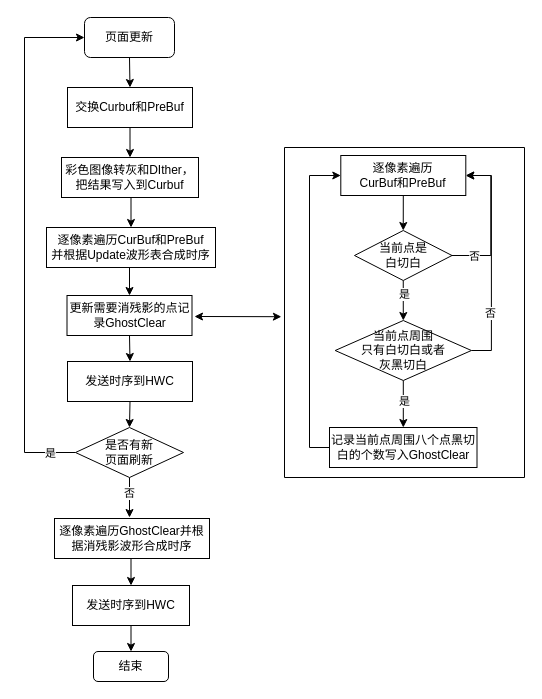
This is 未命名绘图1204.drawio from xubinlu/android-journey, a draw.io file, before an edit. Source tidied: cells renumbered, new cells numbered last; positions are measured from the earlier drawing's top-left corner, leaving out a move shared by most shapes. Both pictures are drawn from the tidied source at 100%, with x=0, y=0 at pixel (24, 17).
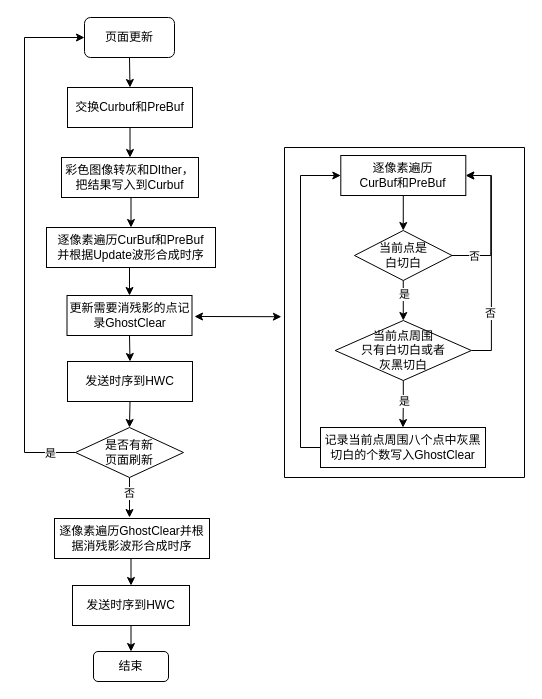
The same page after the edit.

Commit message (it also covers changes not shown here):
更新未命名绘图1204.drawio

Unchanged cells that the change refers to:
```xml
<mxCell id="19" style="swimlane;startSize=0;" parent="1" vertex="1">
  <mxGeometry x="260" y="130" width="240" height="330" as="geometry" />
</mxCell>
```

Diff of the diagram source:
```diff
@@
-    <mxCell id="9" value="逐像素遍历CurBuf和PreBuf&lt;div&gt;并根据Update波形表合成时序&lt;/div&gt;" style="rounded=0;whiteSpace=wrap;html=1;" parent="1" vertex="1">
+    <mxCell id="9" value="逐像素遍历CurBuf和PreBuf&lt;div&gt;并根据Update波形合成时序&lt;/div&gt;" style="rounded=0;whiteSpace=wrap;html=1;" parent="1" vertex="1">
       <mxGeometry x="22" y="210" width="169" height="40" as="geometry" />
     </mxCell>
@@
-    <mxCell id="33" value="记录当前点周围八个点黑切白的个数写入GhostClear" style="whiteSpace=wrap;html=1;" parent="19" vertex="1">
-      <mxGeometry x="45" y="280" width="147.5" height="40" as="geometry" />
+    <mxCell id="33" value="记录当前点周围八个点中灰黑切白的个数写入GhostClear" style="whiteSpace=wrap;html=1;" parent="19" vertex="1">
+      <mxGeometry x="36" y="280" width="165" height="40" as="geometry" />
     </mxCell>
```
